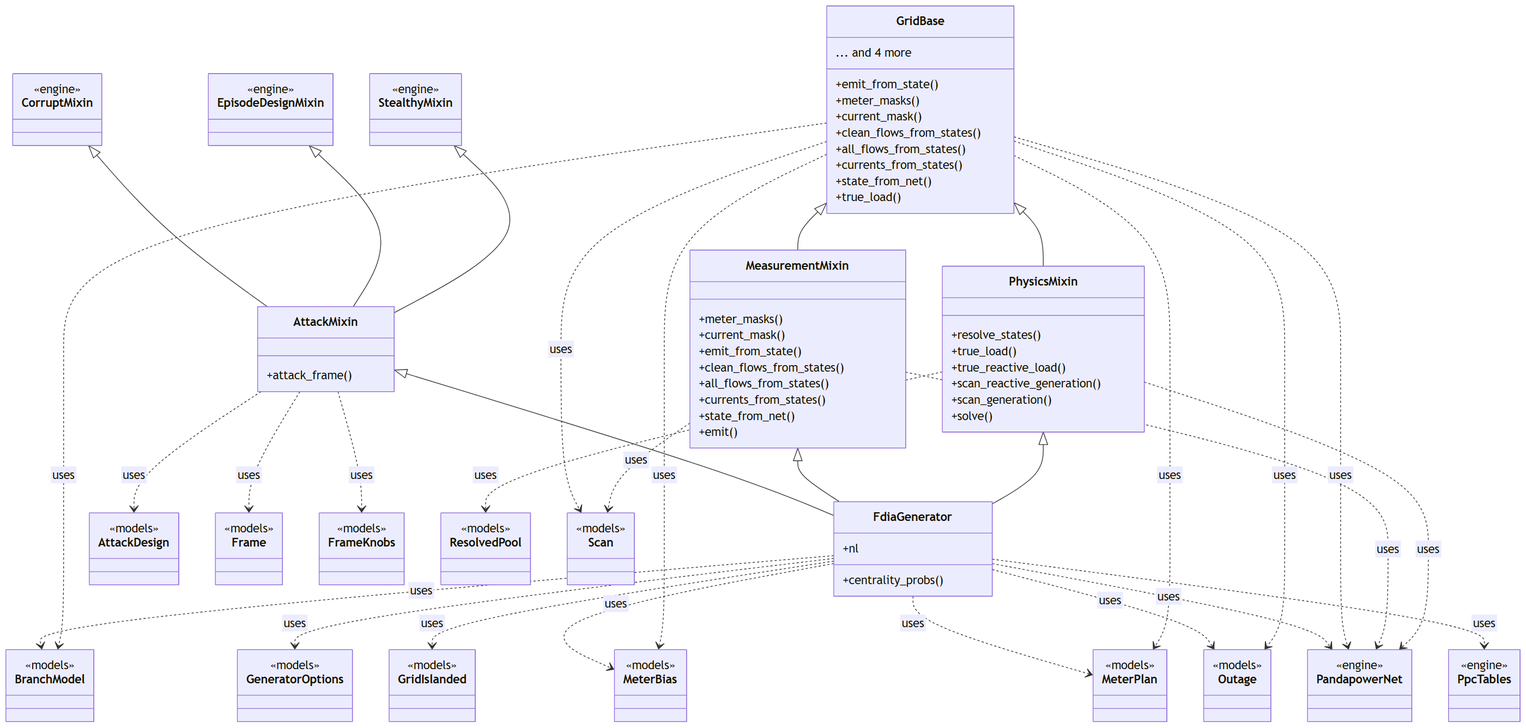
This is docs/figures/diagrams/classes_engine.png from myersben9/fdia-graph, a Mermaid export, as it was before one commit. Its source is kept beside it as docs/figures/diagrams/classes_engine.mmd.
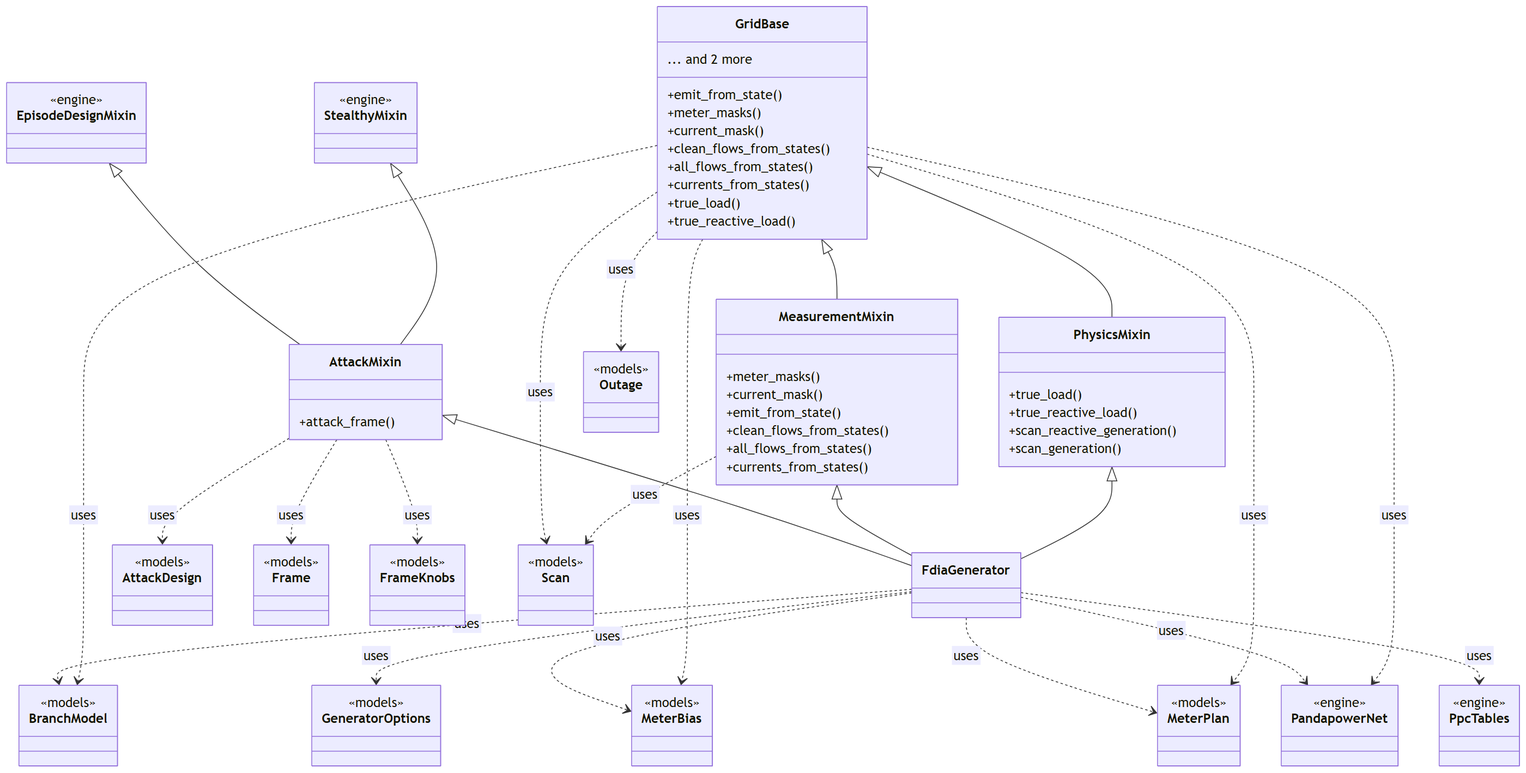
The same file after the commit.

What changed in the source:
```diff
@@ -6,9 +6,9 @@
         +clean_flows_from_states()
         +all_flows_from_states()
         +currents_from_states()
-        +state_from_net()
         +true_load()
-        ... and 4 more
+        +true_reactive_load()
+        ... and 2 more
     }
     class MeasurementMixin {
         +meter_masks()
@@ -17,32 +17,23 @@
         +clean_flows_from_states()
         +all_flows_from_states()
         +currents_from_states()
-        +state_from_net()
-        +emit()
     }
     class PhysicsMixin {
-        +resolve_states()
         +true_load()
         +true_reactive_load()
         +scan_reactive_generation()
         +scan_generation()
-        +solve()
     }
     class AttackMixin {
         +attack_frame()
     }
     class FdiaGenerator {
-        +nl
-        +centrality_probs()
     }
     class AttackDesign {
         <<models>>
     }
     class BranchModel {
         <<models>>
-    }
-    class CorruptMixin {
-        <<engine>>
     }
     class EpisodeDesignMixin {
         <<engine>>
@@ -54,9 +45,6 @@
         <<models>>
     }
     class GeneratorOptions {
-        <<models>>
-    }
-    class GridIslanded {
         <<models>>
     }
     class MeterBias {
@@ -74,9 +62,6 @@
     class PpcTables {
         <<engine>>
     }
-    class ResolvedPool {
-        <<models>>
-    }
     class Scan {
         <<models>>
     }
@@ -84,7 +69,6 @@
         <<engine>>
     }
     AttackMixin <|-- FdiaGenerator
-    CorruptMixin <|-- AttackMixin
     EpisodeDesignMixin <|-- AttackMixin
     GridBase <|-- MeasurementMixin
     GridBase <|-- PhysicsMixin
@@ -96,10 +80,8 @@
     AttackMixin ..> FrameKnobs : uses
     FdiaGenerator ..> BranchModel : uses
     FdiaGenerator ..> GeneratorOptions : uses
-    FdiaGenerator ..> GridIslanded : uses
     FdiaGenerator ..> MeterBias : uses
     FdiaGenerator ..> MeterPlan : uses
-    FdiaGenerator ..> Outage : uses
     FdiaGenerator ..> PandapowerNet : uses
     FdiaGenerator ..> PpcTables : uses
     GridBase ..> BranchModel : uses
@@ -108,7 +90,4 @@
     GridBase ..> Outage : uses
     GridBase ..> PandapowerNet : uses
     GridBase ..> Scan : uses
-    MeasurementMixin ..> PandapowerNet : uses
     MeasurementMixin ..> Scan : uses
-    PhysicsMixin ..> PandapowerNet : uses
-    PhysicsMixin ..> ResolvedPool : uses
```
